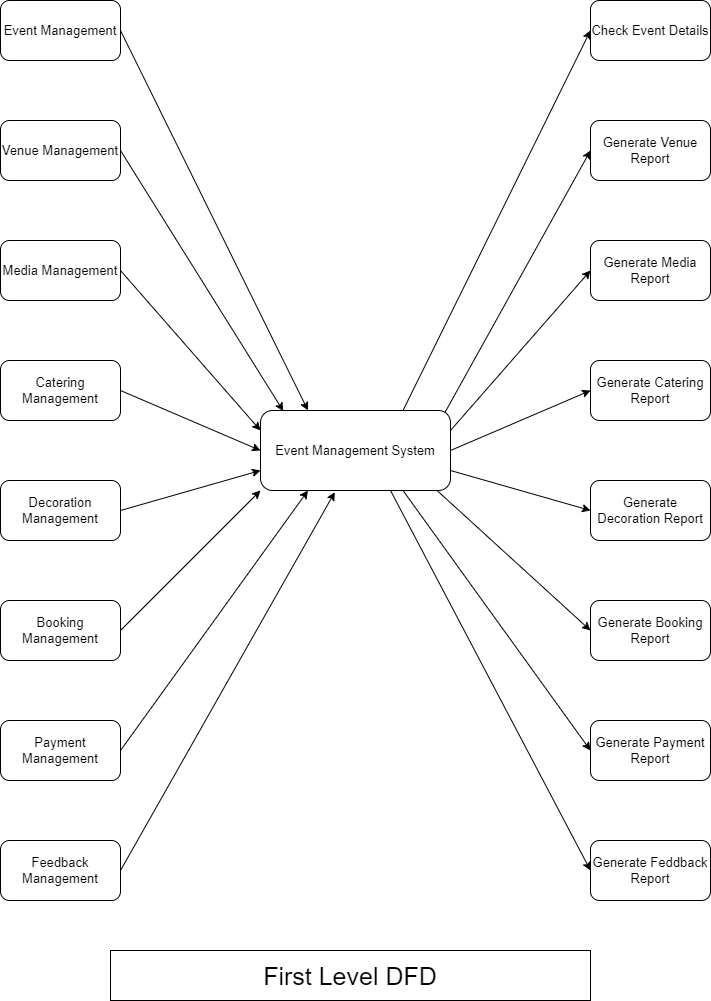
sumedh-shingade/Event-Management-System keeps this draw.io diagram as Documentation/First Level DFD.png. Above is the earlier version. Source tidied: cells renumbered, new cells last; positions are measured from the earlier drawing's top-left corner, leaving out a move shared by most shapes. The source it was exported from:
```xml
<mxGraphModel>
  <root>
    <mxCell id="0" />
    <mxCell id="1" parent="0" />
    <mxCell id="2" style="edgeStyle=none;rounded=0;jettySize=auto;html=1;exitX=0.75;exitY=0;exitDx=0;exitDy=0;entryX=0;entryY=0.5;entryDx=0;entryDy=0;fontSize=13;" parent="1" edge="1" source="9" target="10">
      <mxGeometry relative="1" as="geometry" />
    </mxCell>
    <mxCell id="3" style="edgeStyle=none;rounded=0;jettySize=auto;html=1;entryX=0;entryY=0.5;entryDx=0;entryDy=0;fontSize=13;" parent="1" edge="1" target="11">
      <mxGeometry relative="1" as="geometry">
        <mxPoint x="440" y="420" as="sourcePoint" />
      </mxGeometry>
    </mxCell>
    <mxCell id="4" style="edgeStyle=none;rounded=0;jettySize=auto;html=1;exitX=1;exitY=0.25;exitDx=0;exitDy=0;entryX=0;entryY=0.5;entryDx=0;entryDy=0;fontSize=13;" parent="1" edge="1" source="9" target="12">
      <mxGeometry relative="1" as="geometry" />
    </mxCell>
    <mxCell id="5" style="edgeStyle=none;rounded=0;jettySize=auto;html=1;exitX=1;exitY=0.75;exitDx=0;exitDy=0;entryX=0;entryY=0.5;entryDx=0;entryDy=0;fontSize=13;" parent="1" edge="1" source="9" target="14">
      <mxGeometry relative="1" as="geometry" />
    </mxCell>
    <mxCell id="6" style="edgeStyle=none;rounded=0;jettySize=auto;html=1;exitX=1;exitY=0.5;exitDx=0;exitDy=0;entryX=0;entryY=0.5;entryDx=0;entryDy=0;fontSize=13;" parent="1" edge="1" source="9" target="13">
      <mxGeometry relative="1" as="geometry" />
    </mxCell>
    <mxCell id="7" style="edgeStyle=none;rounded=0;jettySize=auto;html=1;exitX=0.926;exitY=0.993;exitDx=0;exitDy=0;entryX=0;entryY=0.5;entryDx=0;entryDy=0;exitPerimeter=0;fontSize=13;" parent="1" edge="1" source="9" target="15">
      <mxGeometry relative="1" as="geometry" />
    </mxCell>
    <mxCell id="8" style="edgeStyle=none;rounded=0;jettySize=auto;html=1;exitX=0.75;exitY=1;exitDx=0;exitDy=0;entryX=0;entryY=0.5;entryDx=0;entryDy=0;fontSize=13;" parent="1" edge="1" source="9" target="16">
      <mxGeometry relative="1" as="geometry" />
    </mxCell>
    <mxCell id="9" value="Event Management System" style="rounded=1;whiteSpace=wrap;html=1;fontSize=13;labelBackgroundColor=none;" parent="1" vertex="1">
      <mxGeometry x="260" y="410" width="190" height="80" as="geometry" />
    </mxCell>
    <mxCell id="10" value="Check Event Details" style="rounded=1;whiteSpace=wrap;html=1;fontSize=13;" parent="1" vertex="1">
      <mxGeometry x="590" width="120" height="60" as="geometry" />
    </mxCell>
    <mxCell id="11" value="Generate Venue Report" style="rounded=1;whiteSpace=wrap;html=1;fontSize=13;" parent="1" vertex="1">
      <mxGeometry x="590" y="120" width="120" height="60" as="geometry" />
    </mxCell>
    <mxCell id="12" value="Generate Media Report" style="rounded=1;whiteSpace=wrap;html=1;fontSize=13;" parent="1" vertex="1">
      <mxGeometry x="590" y="240" width="120" height="60" as="geometry" />
    </mxCell>
    <mxCell id="13" value="Generate Catering Report" style="rounded=1;whiteSpace=wrap;html=1;fontSize=13;" parent="1" vertex="1">
      <mxGeometry x="590" y="360" width="120" height="60" as="geometry" />
    </mxCell>
    <mxCell id="14" value="Generate Decoration Report" style="rounded=1;whiteSpace=wrap;html=1;fontSize=13;" parent="1" vertex="1">
      <mxGeometry x="590" y="480" width="120" height="60" as="geometry" />
    </mxCell>
    <mxCell id="15" value="Generate Booking Report" style="rounded=1;whiteSpace=wrap;html=1;fontSize=13;" parent="1" vertex="1">
      <mxGeometry x="590" y="600" width="120" height="60" as="geometry" />
    </mxCell>
    <mxCell id="16" value="Generate Payment Report" style="rounded=1;whiteSpace=wrap;html=1;fontSize=13;" parent="1" vertex="1">
      <mxGeometry x="590" y="720" width="120" height="60" as="geometry" />
    </mxCell>
    <mxCell id="17" value="Generate Feddback Report" style="rounded=1;whiteSpace=wrap;html=1;fontSize=13;" parent="1" vertex="1">
      <mxGeometry x="590" y="840" width="120" height="60" as="geometry" />
    </mxCell>
    <mxCell id="18" style="edgeStyle=none;rounded=0;jettySize=auto;html=1;exitX=1;exitY=0.5;exitDx=0;exitDy=0;entryX=0.25;entryY=0;entryDx=0;entryDy=0;fontSize=13;" parent="1" edge="1" source="19" target="9">
      <mxGeometry relative="1" as="geometry" />
    </mxCell>
    <mxCell id="19" value="Event Management" style="rounded=1;whiteSpace=wrap;html=1;fontSize=13;" parent="1" vertex="1">
      <mxGeometry width="120" height="60" as="geometry" />
    </mxCell>
    <mxCell id="20" style="edgeStyle=none;rounded=0;jettySize=auto;html=1;exitX=1;exitY=0.5;exitDx=0;exitDy=0;entryX=0.12;entryY=0.007;entryDx=0;entryDy=0;entryPerimeter=0;fontSize=13;" parent="1" edge="1" source="21" target="9">
      <mxGeometry relative="1" as="geometry" />
    </mxCell>
    <mxCell id="21" value="Venue Management" style="rounded=1;whiteSpace=wrap;html=1;fontSize=13;" parent="1" vertex="1">
      <mxGeometry y="120" width="120" height="60" as="geometry" />
    </mxCell>
    <mxCell id="22" style="edgeStyle=none;rounded=0;jettySize=auto;html=1;exitX=1;exitY=0.5;exitDx=0;exitDy=0;entryX=0;entryY=0.25;entryDx=0;entryDy=0;fontSize=13;" parent="1" edge="1" source="23" target="9">
      <mxGeometry relative="1" as="geometry" />
    </mxCell>
    <mxCell id="23" value="Media Management" style="rounded=1;whiteSpace=wrap;html=1;fontSize=13;" parent="1" vertex="1">
      <mxGeometry y="240" width="120" height="60" as="geometry" />
    </mxCell>
    <mxCell id="24" style="edgeStyle=none;rounded=0;jettySize=auto;html=1;exitX=1;exitY=0.5;exitDx=0;exitDy=0;entryX=0;entryY=0.5;entryDx=0;entryDy=0;fontSize=13;" parent="1" edge="1" source="25" target="9">
      <mxGeometry relative="1" as="geometry" />
    </mxCell>
    <mxCell id="25" value="Catering Management" style="rounded=1;whiteSpace=wrap;html=1;fontSize=13;" parent="1" vertex="1">
      <mxGeometry y="360" width="120" height="60" as="geometry" />
    </mxCell>
    <mxCell id="26" style="edgeStyle=none;rounded=0;jettySize=auto;html=1;exitX=1;exitY=0.5;exitDx=0;exitDy=0;entryX=0;entryY=0.75;entryDx=0;entryDy=0;fontSize=13;" parent="1" edge="1" source="27" target="9">
      <mxGeometry relative="1" as="geometry" />
    </mxCell>
    <mxCell id="27" value="Decoration Management" style="rounded=1;whiteSpace=wrap;html=1;fontSize=13;" parent="1" vertex="1">
      <mxGeometry y="480" width="120" height="60" as="geometry" />
    </mxCell>
    <mxCell id="28" value="Booking Management" style="rounded=1;whiteSpace=wrap;html=1;fontSize=13;" parent="1" vertex="1">
      <mxGeometry y="600" width="120" height="60" as="geometry" />
    </mxCell>
    <mxCell id="29" style="edgeStyle=none;rounded=0;jettySize=auto;html=1;exitX=1;exitY=0.5;exitDx=0;exitDy=0;entryX=0.25;entryY=1;entryDx=0;entryDy=0;fontSize=13;" parent="1" edge="1" source="30" target="9">
      <mxGeometry relative="1" as="geometry" />
    </mxCell>
    <mxCell id="30" value="Payment Management" style="rounded=1;whiteSpace=wrap;html=1;fontSize=13;" parent="1" vertex="1">
      <mxGeometry y="720" width="120" height="60" as="geometry" />
    </mxCell>
    <mxCell id="31" style="edgeStyle=none;rounded=0;jettySize=auto;html=1;exitX=1;exitY=0.5;exitDx=0;exitDy=0;entryX=0.391;entryY=1.021;entryDx=0;entryDy=0;entryPerimeter=0;fontSize=13;" parent="1" edge="1" source="32" target="9">
      <mxGeometry relative="1" as="geometry" />
    </mxCell>
    <mxCell id="32" value="Feedback Management" style="rounded=1;whiteSpace=wrap;html=1;fontSize=13;" parent="1" vertex="1">
      <mxGeometry y="840" width="120" height="60" as="geometry" />
    </mxCell>
    <mxCell id="33" style="endArrow=classic;html=1;rounded=0;entryX=0;entryY=0.5;entryDx=0;entryDy=0;fontSize=13;" parent="1" edge="1" target="17">
      <mxGeometry relative="1" as="geometry">
        <mxPoint x="390" y="490" as="sourcePoint" />
      </mxGeometry>
    </mxCell>
    <mxCell id="34" style="endArrow=classic;html=1;rounded=0;exitX=1;exitY=0.5;exitDx=0;exitDy=0;entryX=0;entryY=1;entryDx=0;entryDy=0;fontSize=13;" parent="1" edge="1" source="28" target="9">
      <mxGeometry relative="1" as="geometry" />
    </mxCell>
    <mxCell id="35" value="First Level DFD" style="rounded=0;whiteSpace=wrap;html=1;fontSize=25;" parent="1" vertex="1">
      <mxGeometry x="110" y="950" width="480" height="50" as="geometry" />
    </mxCell>
  </root>
</mxGraphModel>
```
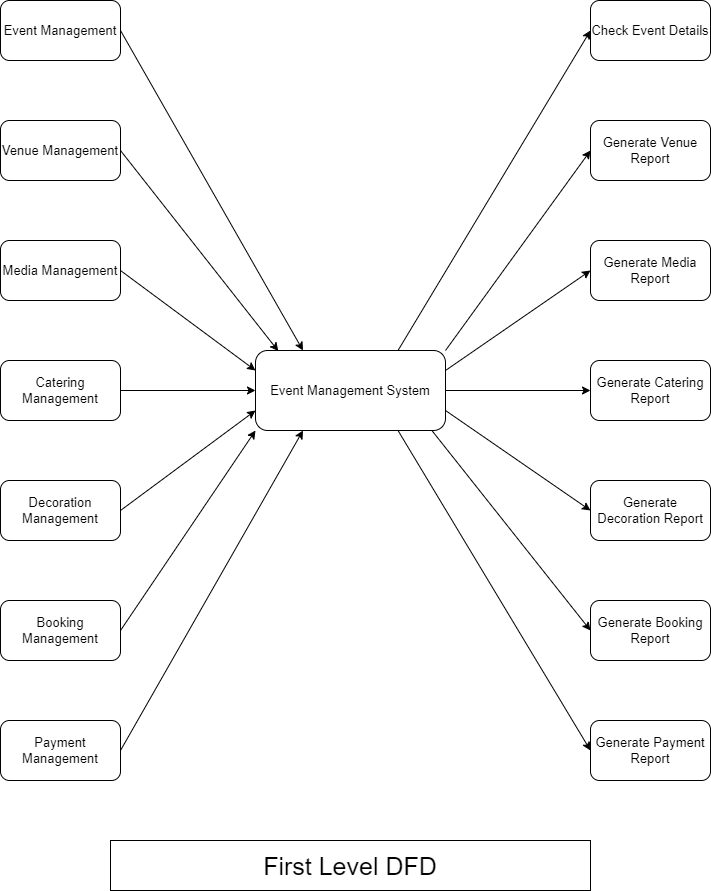
The same file after the commit.

What changed in the source:
```diff
@@ -5,11 +5,6 @@
     <mxCell id="2" style="edgeStyle=none;rounded=0;jettySize=auto;html=1;exitX=0.75;exitY=0;exitDx=0;exitDy=0;entryX=0;entryY=0.5;entryDx=0;entryDy=0;fontSize=13;" parent="1" edge="1" source="9" target="10">
       <mxGeometry relative="1" as="geometry" />
     </mxCell>
-    <mxCell id="3" style="edgeStyle=none;rounded=0;jettySize=auto;html=1;entryX=0;entryY=0.5;entryDx=0;entryDy=0;fontSize=13;" parent="1" edge="1" target="11">
-      <mxGeometry relative="1" as="geometry">
-        <mxPoint x="440" y="420" as="sourcePoint" />
-      </mxGeometry>
-    </mxCell>
     <mxCell id="4" style="edgeStyle=none;rounded=0;jettySize=auto;html=1;exitX=1;exitY=0.25;exitDx=0;exitDy=0;entryX=0;entryY=0.5;entryDx=0;entryDy=0;fontSize=13;" parent="1" edge="1" source="9" target="12">
       <mxGeometry relative="1" as="geometry" />
     </mxCell>
@@ -25,8 +20,11 @@
     <mxCell id="8" style="edgeStyle=none;rounded=0;jettySize=auto;html=1;exitX=0.75;exitY=1;exitDx=0;exitDy=0;entryX=0;entryY=0.5;entryDx=0;entryDy=0;fontSize=13;" parent="1" edge="1" source="9" target="16">
       <mxGeometry relative="1" as="geometry" />
     </mxCell>
+    <mxCell id="36" style="edgeStyle=none;rounded=0;jettySize=auto;html=1;exitX=1;exitY=0;exitDx=0;exitDy=0;entryX=0;entryY=0.5;entryDx=0;entryDy=0;" parent="1" edge="1" source="9" target="11">
+      <mxGeometry relative="1" as="geometry" />
+    </mxCell>
     <mxCell id="9" value="Event Management System" style="rounded=1;whiteSpace=wrap;html=1;fontSize=13;labelBackgroundColor=none;" parent="1" vertex="1">
-      <mxGeometry x="260" y="410" width="190" height="80" as="geometry" />
+      <mxGeometry x="255" y="350" width="190" height="80" as="geometry" />
     </mxCell>
     <mxCell id="10" value="Check Event Details" style="rounded=1;whiteSpace=wrap;html=1;fontSize=13;" parent="1" vertex="1">
       <mxGeometry x="590" width="120" height="60" as="geometry" />
@@ -49,9 +47,6 @@
     <mxCell id="16" value="Generate Payment Report" style="rounded=1;whiteSpace=wrap;html=1;fontSize=13;" parent="1" vertex="1">
       <mxGeometry x="590" y="720" width="120" height="60" as="geometry" />
     </mxCell>
-    <mxCell id="17" value="Generate Feddback Report" style="rounded=1;whiteSpace=wrap;html=1;fontSize=13;" parent="1" vertex="1">
-      <mxGeometry x="590" y="840" width="120" height="60" as="geometry" />
-    </mxCell>
     <mxCell id="18" style="edgeStyle=none;rounded=0;jettySize=auto;html=1;exitX=1;exitY=0.5;exitDx=0;exitDy=0;entryX=0.25;entryY=0;entryDx=0;entryDy=0;fontSize=13;" parent="1" edge="1" source="19" target="9">
       <mxGeometry relative="1" as="geometry" />
     </mxCell>
@@ -91,22 +86,11 @@
     <mxCell id="30" value="Payment Management" style="rounded=1;whiteSpace=wrap;html=1;fontSize=13;" parent="1" vertex="1">
       <mxGeometry y="720" width="120" height="60" as="geometry" />
     </mxCell>
-    <mxCell id="31" style="edgeStyle=none;rounded=0;jettySize=auto;html=1;exitX=1;exitY=0.5;exitDx=0;exitDy=0;entryX=0.391;entryY=1.021;entryDx=0;entryDy=0;entryPerimeter=0;fontSize=13;" parent="1" edge="1" source="32" target="9">
-      <mxGeometry relative="1" as="geometry" />
-    </mxCell>
-    <mxCell id="32" value="Feedback Management" style="rounded=1;whiteSpace=wrap;html=1;fontSize=13;" parent="1" vertex="1">
-      <mxGeometry y="840" width="120" height="60" as="geometry" />
-    </mxCell>
-    <mxCell id="33" style="endArrow=classic;html=1;rounded=0;entryX=0;entryY=0.5;entryDx=0;entryDy=0;fontSize=13;" parent="1" edge="1" target="17">
-      <mxGeometry relative="1" as="geometry">
-        <mxPoint x="390" y="490" as="sourcePoint" />
-      </mxGeometry>
-    </mxCell>
     <mxCell id="34" style="endArrow=classic;html=1;rounded=0;exitX=1;exitY=0.5;exitDx=0;exitDy=0;entryX=0;entryY=1;entryDx=0;entryDy=0;fontSize=13;" parent="1" edge="1" source="28" target="9">
       <mxGeometry relative="1" as="geometry" />
     </mxCell>
     <mxCell id="35" value="First Level DFD" style="rounded=0;whiteSpace=wrap;html=1;fontSize=25;" parent="1" vertex="1">
-      <mxGeometry x="110" y="950" width="480" height="50" as="geometry" />
+      <mxGeometry x="110" y="840" width="480" height="50" as="geometry" />
     </mxCell>
   </root>
 </mxGraphModel>
```
